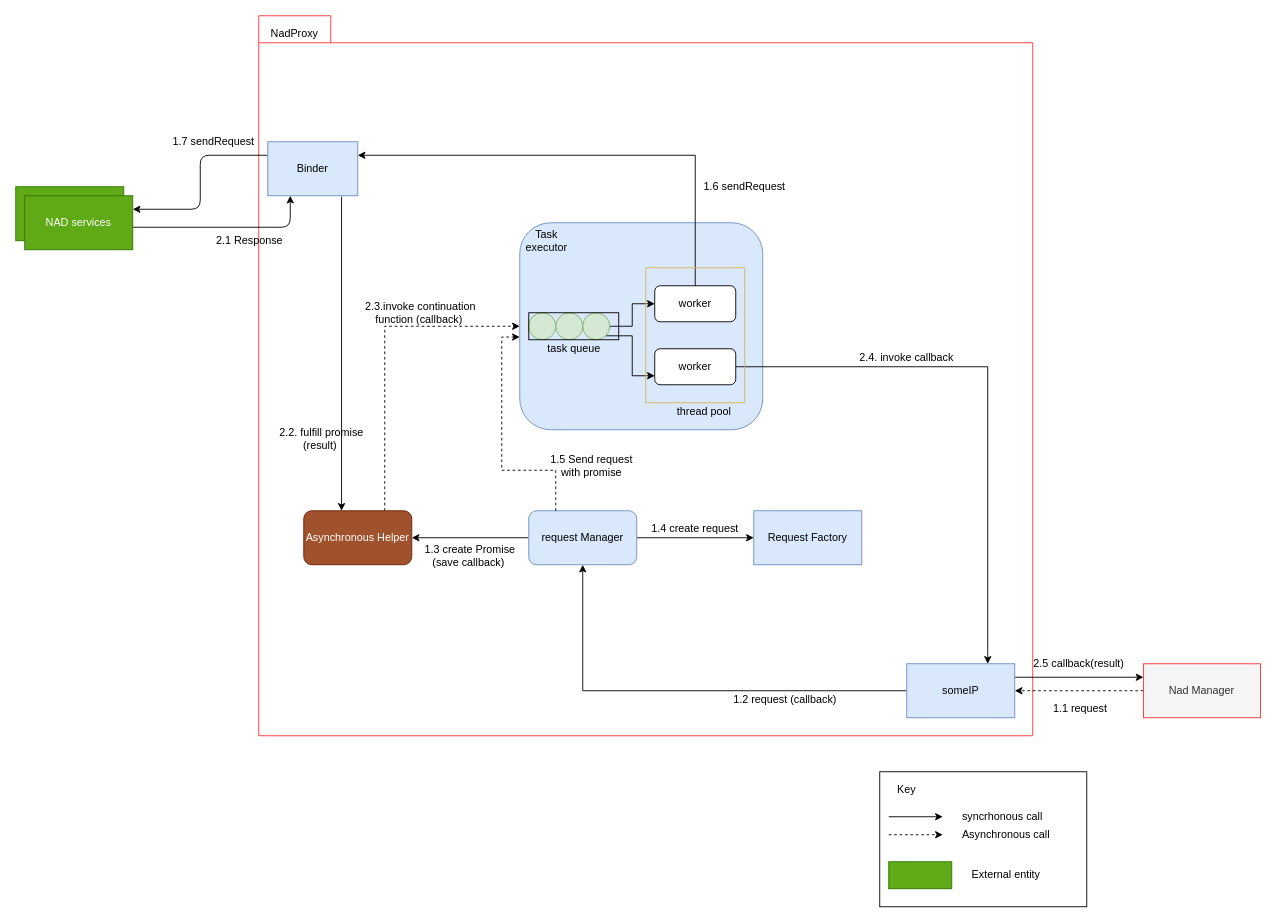
Earlier version of the draw.io diagram page "usecase_asynhelper1" (13 of 14) of doc/SA cert/Design/scalability.drawio (taikt/codefun). Source tidied: cells renumbered, new cells numbered last; positions are measured from the earlier drawing's top-left corner, leaving out a move shared by most shapes. Both pictures are drawn from the tidied source at 90%, with x=0, y=0 at pixel (15, 15).
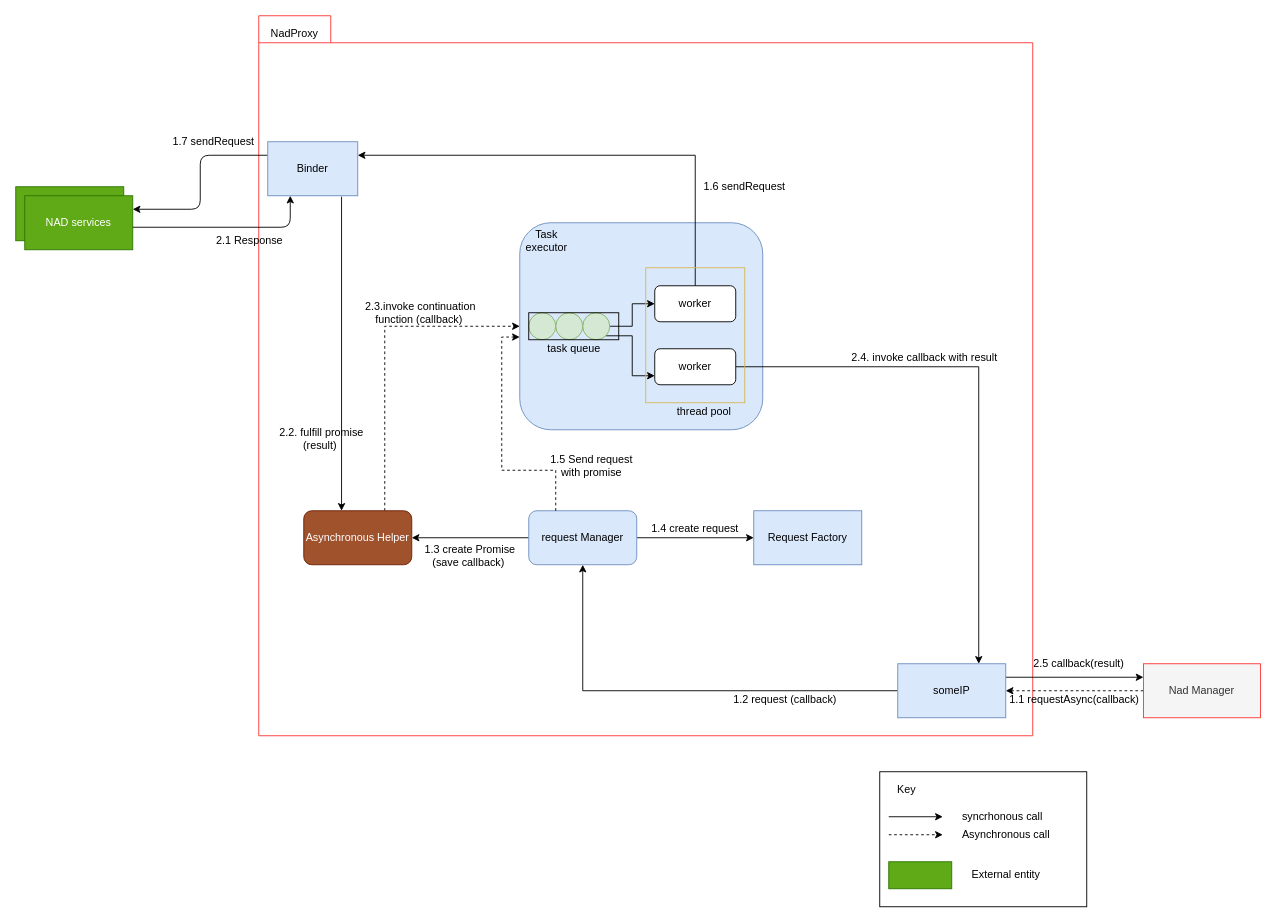
The same diagram, later.

The edit, as a diff of the source:
```diff
@@
     <mxCell id="6" value="someIP" style="rounded=0;whiteSpace=wrap;html=1;fillColor=#dae8fc;strokeColor=#6c8ebf;" parent="1" vertex="1">
-      <mxGeometry x="990" y="720" width="120" height="60" as="geometry" />
+      <mxGeometry x="980" y="720" width="120" height="60" as="geometry" />
     </mxCell>
@@
-    <mxCell id="37" value="1.1 request" style="text;html=1;strokeColor=none;fillColor=none;align=center;verticalAlign=middle;whiteSpace=wrap;rounded=0;" parent="1" vertex="1">
-      <mxGeometry x="1143" y="760" width="80" height="20" as="geometry" />
+    <mxCell id="37" value="1.1 requestAsync(callback)" style="text;html=1;strokeColor=none;fillColor=none;align=center;verticalAlign=middle;whiteSpace=wrap;rounded=0;" parent="1" vertex="1">
+      <mxGeometry x="1100" y="750" width="153" height="20" as="geometry" />
     </mxCell>
@@
-    <mxCell id="55" value="2.4. invoke callback" style="text;html=1;strokeColor=none;fillColor=none;align=center;verticalAlign=middle;whiteSpace=wrap;rounded=0;" parent="1" vertex="1">
-      <mxGeometry x="920" y="370" width="140" height="20" as="geometry" />
+    <mxCell id="55" value="2.4. invoke callback with result" style="text;html=1;strokeColor=none;fillColor=none;align=center;verticalAlign=middle;whiteSpace=wrap;rounded=0;" parent="1" vertex="1">
+      <mxGeometry x="920" y="370" width="180" height="20" as="geometry" />
     </mxCell>
```
